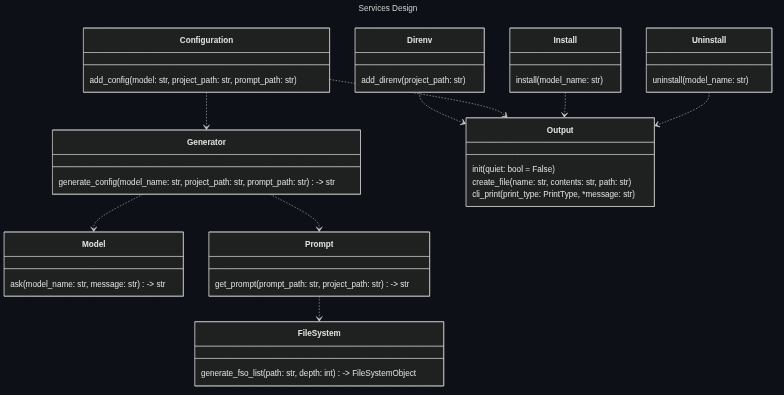
Above: docs/assets/mermaid/services_design.png in Oldranda1414/AutoDev (Mermaid), before the change. Its source is kept beside it as docs/assets/src/services_design.mmd.
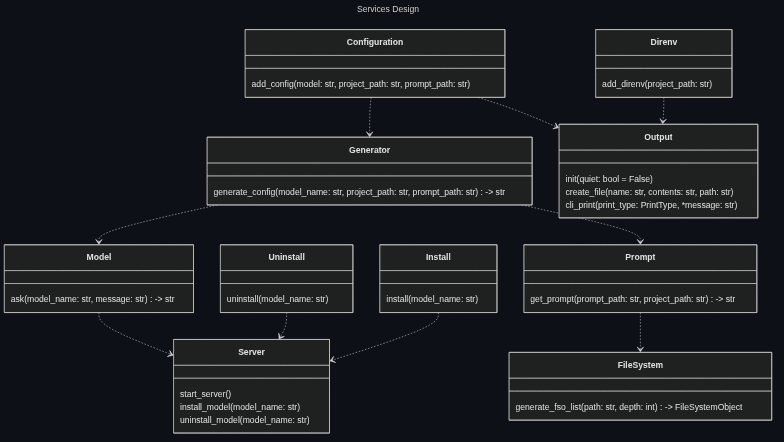
The same diagram one commit later.

Diff of the diagram source:
```diff
@@ -41,11 +41,18 @@
         generate_fso_list(path: str, depth: int) -> FileSystemObject
     }
 
+    class Server {
+        start_server()
+        install_model(model_name: str)
+        uninstall_model(model_name: str)
+    }
+
     Direnv ..> Output
     Configuration ..> Output
-    Install ..> Output
-    Uninstall ..> Output
+    Install ..> Server
+    Uninstall ..> Server
     Configuration ..> Generator
     Generator ..> Model
     Generator ..> Prompt
     Prompt ..> FileSystem
+    Model ..> Server
```
